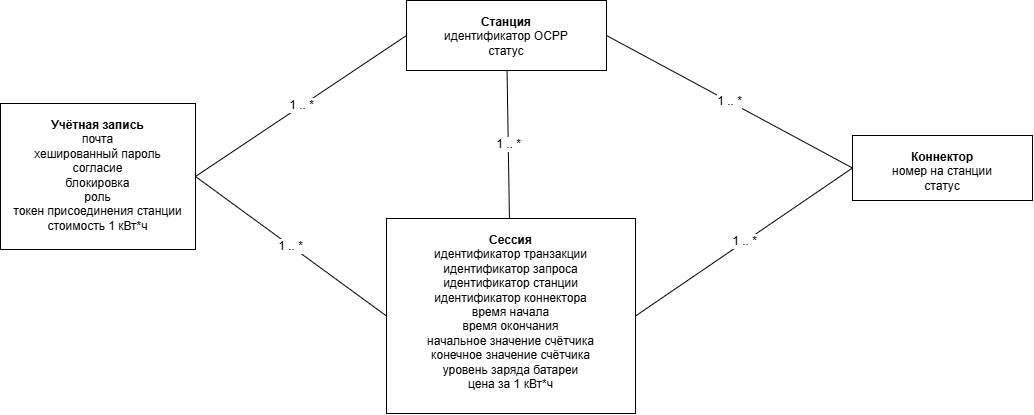
Above: Диаграммы/Модель данных (2.7).png in PetrachkovArtem/diplom (draw.io), before the change. Source tidied: cells renumbered, new cells last; positions are measured from the earlier drawing's top-left corner, leaving out a move shared by most shapes.
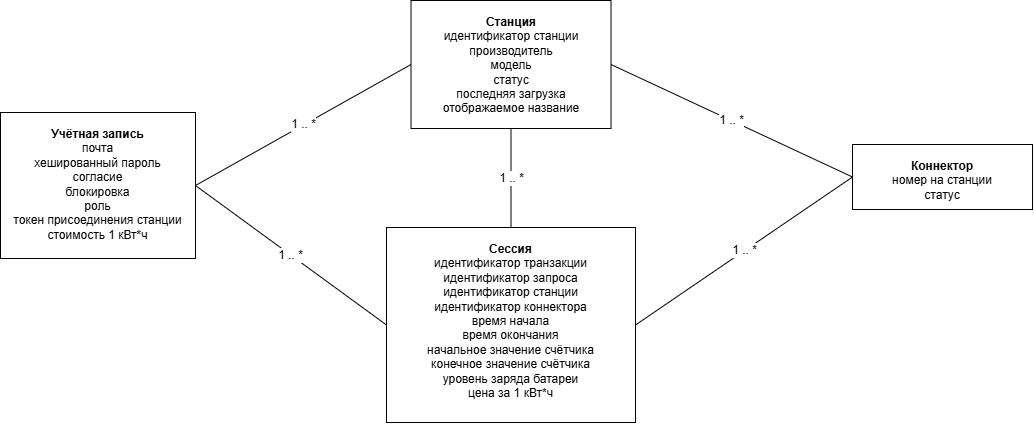
Above is the later version.

Diff of the diagram source:
```diff
@@ -5,8 +5,8 @@
     <mxCell id="2" value="&lt;b&gt;Учётная запись&lt;/b&gt;&lt;br&gt;почта&lt;br&gt;хешированный пароль&lt;br&gt;согласие&lt;br&gt;блокировка&lt;br&gt;роль&lt;div&gt;токен присоединения станции&lt;/div&gt;&lt;div&gt;стоимость 1 кВт*ч&lt;/div&gt;" style="rounded=0;whiteSpace=wrap;html=1;align=center;verticalAlign=top;spacingTop=8;" parent="1" vertex="1">
       <mxGeometry y="103" width="195" height="146" as="geometry" />
     </mxCell>
-    <mxCell id="3" value="&lt;b&gt;Станция&lt;/b&gt;&lt;br&gt;идентификатор OCPP&lt;br&gt;статус" style="rounded=0;whiteSpace=wrap;html=1;align=center;verticalAlign=top;spacingTop=8;" parent="1" vertex="1">
-      <mxGeometry x="406" width="200" height="70" as="geometry" />
+    <mxCell id="3" value="&lt;b&gt;Станция&lt;/b&gt;&lt;br&gt;идентификатор станции&lt;div&gt;производитель&lt;/div&gt;&lt;div&gt;модель&lt;br&gt;статус&lt;/div&gt;&lt;div&gt;последняя загрузка&lt;/div&gt;&lt;div&gt;отображаемое название&lt;/div&gt;&lt;div&gt;&lt;br&gt;&lt;div&gt;&lt;br&gt;&lt;/div&gt;&lt;/div&gt;" style="rounded=0;whiteSpace=wrap;html=1;align=center;verticalAlign=top;spacingTop=8;" parent="1" vertex="1">
+      <mxGeometry x="410.5" y="-9" width="200" height="128" as="geometry" />
     </mxCell>
     <mxCell id="4" value="&lt;b&gt;Коннектор&lt;/b&gt;&lt;br&gt;номер на станции&lt;br&gt;статус" style="rounded=0;whiteSpace=wrap;html=1;align=center;verticalAlign=top;spacingTop=8;" parent="1" vertex="1">
       <mxGeometry x="852" y="135" width="180" height="65" as="geometry" />
```
